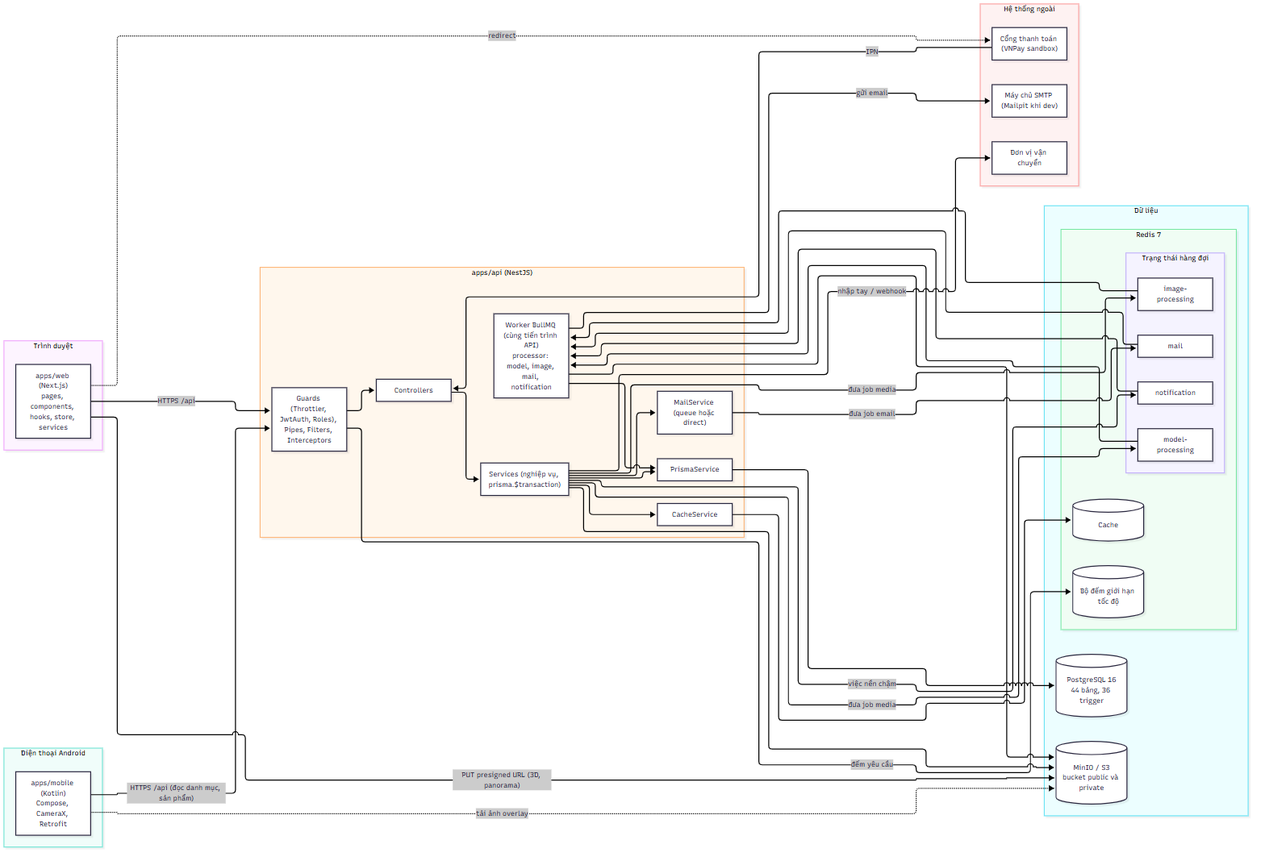
Above: docs/diagrams/png/architecture_kien-truc-he-thong.png in 2431540234-arch/XDUDTMDT (Mermaid), before the change. Its source is kept beside it as docs/diagrams/src/architecture_kien-truc-he-thong.mmd.
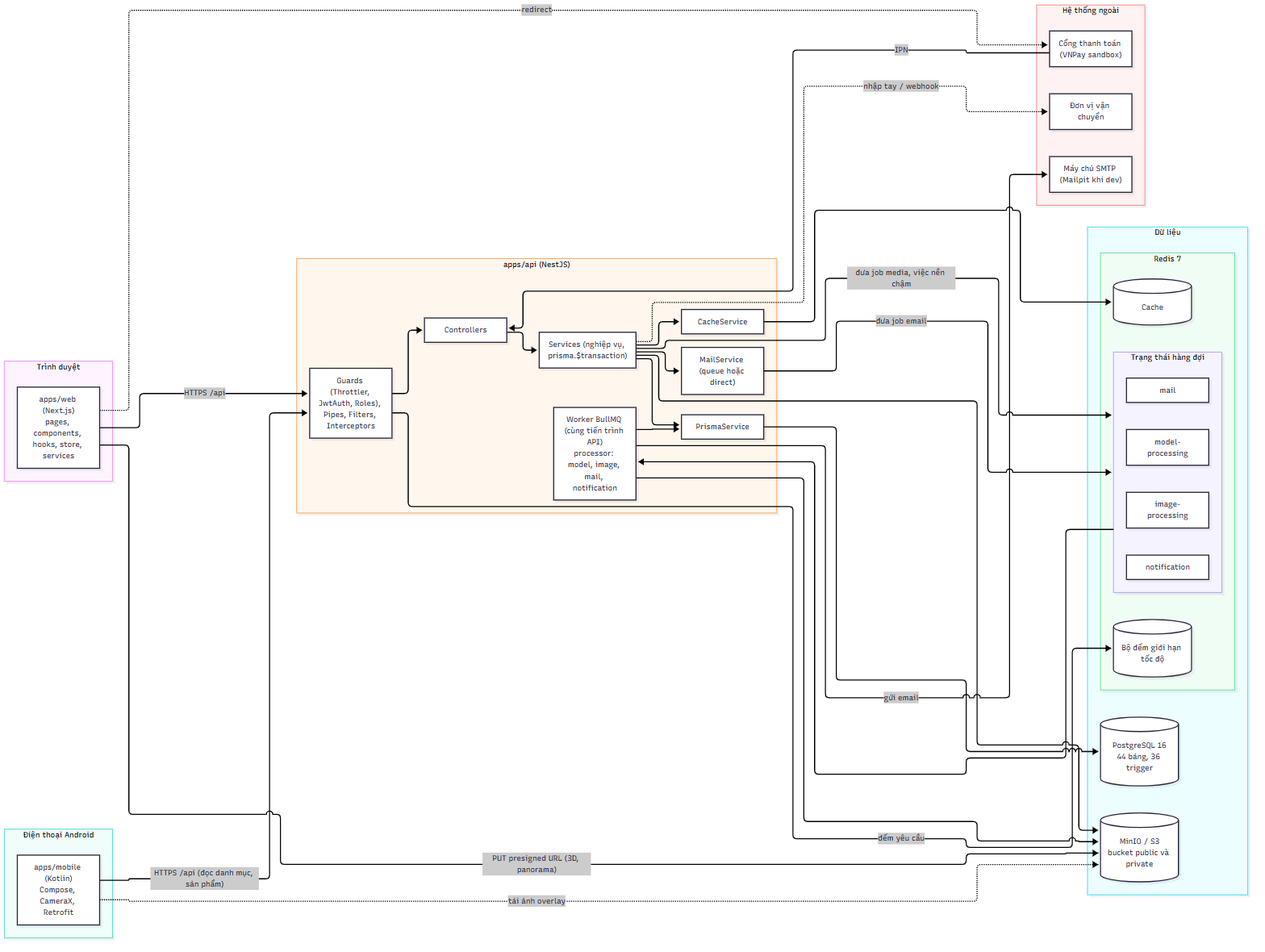
Above is the later version.

The edit, as a diff of the source:
```diff
@@ -1,3 +1,7 @@
+---
+config:
+  layout: elk
+---
 flowchart LR
     subgraph Client["Trình duyệt"]
         WEB["apps/web (Next.js)<br>pages, components, hooks, store, services"]
@@ -38,14 +42,10 @@
     APP -. "tải ảnh overlay" .-> S3
     GUARD -- "đếm yêu cầu" --> RL
     SVC --> CACHE --> RC
-    SVC -- "đưa job media" --> Q1
-    SVC -- "đưa job media" --> Q2
-    SVC --> MAILSVC -- "đưa job email" --> Q3
-    SVC -- "việc nền chậm" --> Q4
-    Q1 --> WORKER
-    Q2 --> WORKER
-    Q3 --> WORKER
-    Q4 --> WORKER
+    SVC --> MAILSVC
+    MAILSVC -- "đưa job email" --> QUEUES
+    SVC -- "đưa job media, việc nền chậm" --> QUEUES
+    QUEUES --> WORKER
     WORKER --> S3
     WORKER --> PRISMA
     WORKER -- "gửi email" --> SMTP
```
